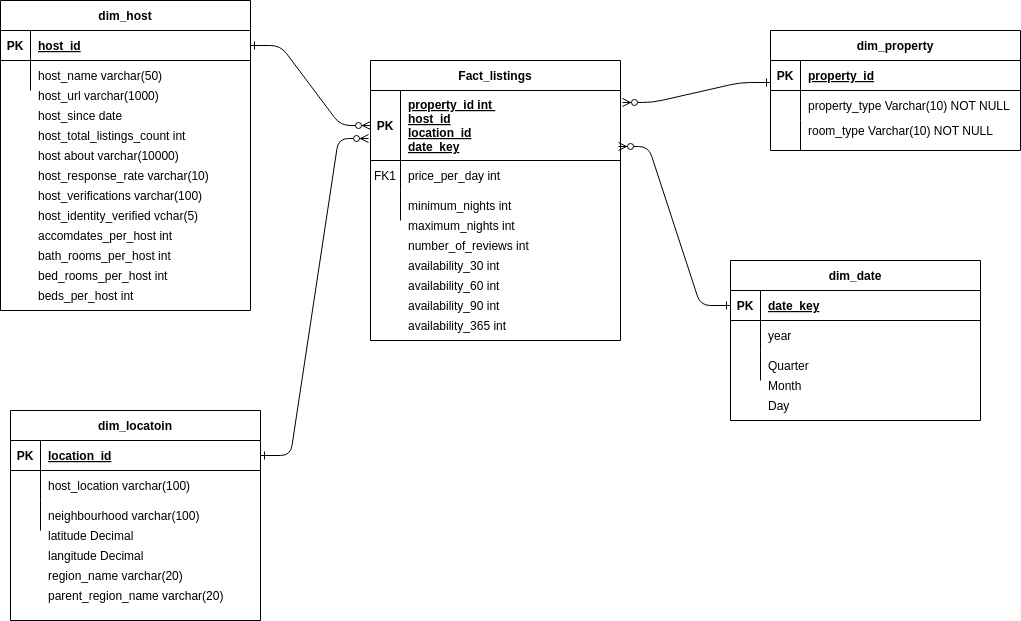
This is DWH_modelling/DWH_Schema.png from Ataa55/AirBnB-Barcelona-s-Data-Analysis, a draw.io export, as it was before one commit. Source tidied: cells renumbered, new cells last; positions are measured from the earlier drawing's top-left corner, leaving out a move shared by most shapes.
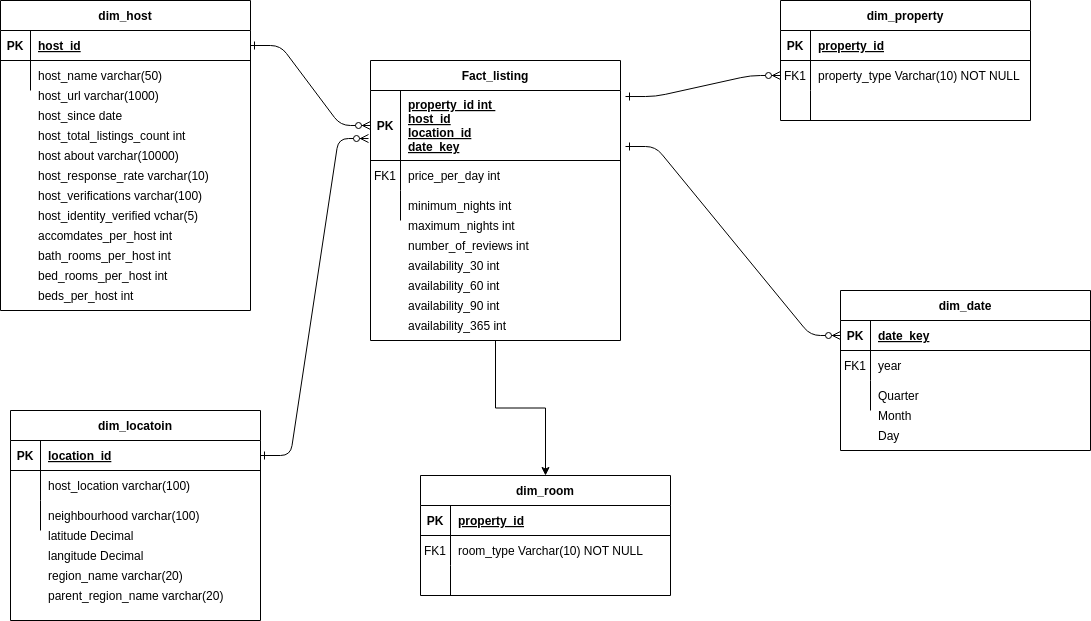
Later version of the same file.

Change to the diagram source:
```diff
@@ -5,10 +5,13 @@
     <mxCell id="2" style="edgeStyle=entityRelationEdgeStyle;endArrow=ERzeroToMany;startArrow=ERone;endFill=1;startFill=0;entryX=0;entryY=0.5;entryDx=0;entryDy=0;" parent="1" edge="1" source="52" target="5">
       <mxGeometry relative="1" as="geometry" />
     </mxCell>
-    <mxCell id="3" style="edgeStyle=entityRelationEdgeStyle;endArrow=ERzeroToMany;startArrow=ERone;endFill=1;startFill=0;entryX=1.008;entryY=0.171;entryDx=0;entryDy=0;entryPerimeter=0;exitX=0;exitY=0.733;exitDx=0;exitDy=0;exitPerimeter=0;" parent="1" edge="1" source="15" target="5">
+    <mxCell id="3" style="edgeStyle=entityRelationEdgeStyle;endArrow=ERzeroToMany;startArrow=ERone;endFill=1;startFill=0;exitX=1.02;exitY=0.086;exitDx=0;exitDy=0;exitPerimeter=0;" parent="1" edge="1" source="5" target="18">
       <mxGeometry relative="1" as="geometry" />
     </mxCell>
+    <mxCell id="77" style="edgeStyle=orthogonalEdgeStyle;rounded=0;jettySize=auto;html=1;" parent="1" edge="1" source="4" target="78">
+      <mxGeometry relative="1" as="geometry" />
+    </mxCell>
-    <mxCell id="4" value="Fact_listings" style="shape=table;startSize=30;rowLines=0;fontStyle=1;align=center;" parent="1" vertex="1">
+    <mxCell id="4" value="Fact_listing" style="shape=table;startSize=30;rowLines=0;fontStyle=1;align=center;" parent="1" vertex="1">
       <mxGeometry x="370" y="60" width="250" height="280" as="geometry" />
     </mxCell>
     <mxCell id="5" style="shape=partialRectangle;fillColor=none;points=[[0,0.5],[1,0.5]];portConstraint=eastwest;top=0;left=0;right=0;bottom=1;" parent="4" vertex="1">
@@ -39,7 +42,7 @@
       <mxGeometry x="30" width="220" height="30" as="geometry" />
     </mxCell>
     <mxCell id="14" value="dim_property" style="shape=table;startSize=30;rowLines=0;fontStyle=1;align=center;" parent="1" vertex="1">
-      <mxGeometry x="770" y="30" width="250" height="120" as="geometry" />
+      <mxGeometry x="780" width="250" height="120" as="geometry" />
     </mxCell>
     <mxCell id="15" style="shape=partialRectangle;fillColor=none;points=[[0,0.5],[1,0.5]];portConstraint=eastwest;top=0;left=0;right=0;bottom=1;" parent="14" vertex="1">
       <mxGeometry y="30" width="250" height="30" as="geometry" />
@@ -53,7 +56,7 @@
     <mxCell id="18" style="shape=partialRectangle;fillColor=none;points=[[0,0.5],[1,0.5]];portConstraint=eastwest;top=0;left=0;right=0;bottom=0;" parent="14" vertex="1">
       <mxGeometry y="60" width="250" height="30" as="geometry" />
     </mxCell>
-    <mxCell id="19" style="shape=partialRectangle;overflow=hidden;fillColor=none;top=0;left=0;bottom=0;right=0;" parent="18" vertex="1">
+    <mxCell id="19" value="FK1" style="shape=partialRectangle;overflow=hidden;fillColor=none;top=0;left=0;bottom=0;right=0;" parent="18" vertex="1">
       <mxGeometry width="30" height="30" as="geometry" />
     </mxCell>
     <mxCell id="20" value="property_type Varchar(10) NOT NULL" style="shape=partialRectangle;overflow=hidden;fillColor=none;top=0;left=0;bottom=0;right=0;align=left;spacingLeft=6;" parent="18" vertex="1">
@@ -69,7 +72,7 @@
       <mxGeometry x="30" width="220" height="30" as="geometry" />
     </mxCell>
     <mxCell id="24" value="dim_date" style="shape=table;startSize=30;rowLines=0;fontStyle=1;align=center;" parent="1" vertex="1">
-      <mxGeometry x="730" y="260" width="250" height="160" as="geometry" />
+      <mxGeometry x="840" y="290" width="250" height="160" as="geometry" />
     </mxCell>
     <mxCell id="25" style="shape=partialRectangle;fillColor=none;points=[[0,0.5],[1,0.5]];portConstraint=eastwest;top=0;left=0;right=0;bottom=1;" parent="24" vertex="1">
       <mxGeometry y="30" width="250" height="30" as="geometry" />
@@ -83,7 +86,7 @@
     <mxCell id="28" style="shape=partialRectangle;fillColor=none;top=0;left=0;right=0;bottom=0;" parent="24" vertex="1">
       <mxGeometry y="60" width="250" height="30" as="geometry" />
     </mxCell>
-    <mxCell id="29" style="shape=partialRectangle;overflow=hidden;fillColor=none;top=0;left=0;bottom=0;right=0;" parent="28" vertex="1">
+    <mxCell id="29" value="FK1" style="shape=partialRectangle;overflow=hidden;fillColor=none;top=0;left=0;bottom=0;right=0;" parent="28" vertex="1">
       <mxGeometry width="30" height="30" as="geometry" />
     </mxCell>
     <mxCell id="30" value="year" style="shape=partialRectangle;overflow=hidden;fillColor=none;top=0;left=0;bottom=0;right=0;align=left;spacingLeft=6;" parent="28" vertex="1">
@@ -183,13 +186,13 @@
       <mxGeometry x="40" y="580" width="220" height="30" as="geometry" />
     </mxCell>
     <mxCell id="62" value="Month" style="shape=partialRectangle;overflow=hidden;fillColor=none;top=0;left=0;bottom=0;right=0;align=left;spacingLeft=6;" parent="1" vertex="1">
-      <mxGeometry x="760" y="370" width="220" height="30" as="geometry" />
+      <mxGeometry x="870" y="400" width="220" height="30" as="geometry" />
     </mxCell>
     <mxCell id="63" value="Day" style="shape=partialRectangle;overflow=hidden;fillColor=none;top=0;left=0;bottom=0;right=0;align=left;spacingLeft=6;" parent="1" vertex="1">
-      <mxGeometry x="760" y="390" width="220" height="30" as="geometry" />
+      <mxGeometry x="870" y="420" width="220" height="30" as="geometry" />
     </mxCell>
-    <mxCell id="64" value="room_type Varchar(10) NOT NULL" style="shape=partialRectangle;overflow=hidden;fillColor=none;top=0;left=0;bottom=0;right=0;align=left;spacingLeft=6;" parent="1" vertex="1">
-      <mxGeometry x="800" y="115" width="220" height="30" as="geometry" />
+    <mxCell id="64" style="shape=partialRectangle;overflow=hidden;fillColor=none;top=0;left=0;bottom=0;right=0;align=left;spacingLeft=6;" parent="1" vertex="1">
+      <mxGeometry x="810" y="80" width="220" height="30" as="geometry" />
     </mxCell>
     <mxCell id="65" value="accomdates_per_host int  " style="shape=partialRectangle;overflow=hidden;fillColor=none;top=0;left=0;bottom=0;right=0;align=left;spacingLeft=6;" parent="1" vertex="1">
       <mxGeometry x="30" y="220" width="220" height="30" as="geometry" />
@@ -229,8 +232,38 @@
         </Array>
       </mxGeometry>
     </mxCell>
-    <mxCell id="76" style="edgeStyle=entityRelationEdgeStyle;endArrow=ERzeroToMany;startArrow=ERone;endFill=1;startFill=0;entryX=0.992;entryY=0.8;entryDx=0;entryDy=0;entryPerimeter=0;" parent="1" edge="1" source="25" target="5">
+    <mxCell id="76" style="edgeStyle=entityRelationEdgeStyle;endArrow=ERzeroToMany;startArrow=ERone;endFill=1;startFill=0;exitX=1.02;exitY=0.8;exitDx=0;exitDy=0;exitPerimeter=0;" parent="1" edge="1" source="5" target="25">
       <mxGeometry relative="1" as="geometry" />
     </mxCell>
+    <mxCell id="78" value="dim_room" style="shape=table;startSize=30;rowLines=0;fontStyle=1;align=center;" parent="1" vertex="1">
+      <mxGeometry x="420" y="475" width="250" height="120" as="geometry" />
+    </mxCell>
+    <mxCell id="79" style="shape=partialRectangle;fillColor=none;top=0;left=0;right=0;bottom=1;" parent="78" vertex="1">
+      <mxGeometry y="30" width="250" height="30" as="geometry" />
+    </mxCell>
+    <mxCell id="80" value="PK" style="shape=partialRectangle;overflow=hidden;fillColor=none;top=0;left=0;bottom=0;right=0;fontStyle=1;" parent="79" vertex="1">
+      <mxGeometry width="30" height="30" as="geometry" />
+    </mxCell>
+    <mxCell id="81" value="property_id" style="shape=partialRectangle;overflow=hidden;fillColor=none;top=0;left=0;bottom=0;right=0;align=left;spacingLeft=6;fontStyle=5;" parent="79" vertex="1">
+      <mxGeometry x="30" width="220" height="30" as="geometry" />
+    </mxCell>
+    <mxCell id="82" style="shape=partialRectangle;fillColor=none;top=0;left=0;right=0;bottom=0;" parent="78" vertex="1">
+      <mxGeometry y="60" width="250" height="30" as="geometry" />
+    </mxCell>
+    <mxCell id="83" value="FK1" style="shape=partialRectangle;overflow=hidden;fillColor=none;top=0;left=0;bottom=0;right=0;" parent="82" vertex="1">
+      <mxGeometry width="30" height="30" as="geometry" />
+    </mxCell>
+    <mxCell id="84" value="room_type Varchar(10) NOT NULL" style="shape=partialRectangle;overflow=hidden;fillColor=none;top=0;left=0;bottom=0;right=0;align=left;spacingLeft=6;" parent="82" vertex="1">
+      <mxGeometry x="30" width="220" height="30" as="geometry" />
+    </mxCell>
+    <mxCell id="85" style="shape=partialRectangle;fillColor=none;top=0;left=0;right=0;bottom=0;" parent="78" vertex="1">
+      <mxGeometry y="90" width="250" height="30" as="geometry" />
+    </mxCell>
+    <mxCell id="86" style="shape=partialRectangle;overflow=hidden;fillColor=none;top=0;left=0;bottom=0;right=0;" parent="85" vertex="1">
+      <mxGeometry width="30" height="30" as="geometry" />
+    </mxCell>
+    <mxCell id="87" style="shape=partialRectangle;overflow=hidden;fillColor=none;top=0;left=0;bottom=0;right=0;align=left;spacingLeft=6;" parent="85" vertex="1">
+      <mxGeometry x="30" width="220" height="30" as="geometry" />
+    </mxCell>
   </root>
 </mxGraphModel>
```
